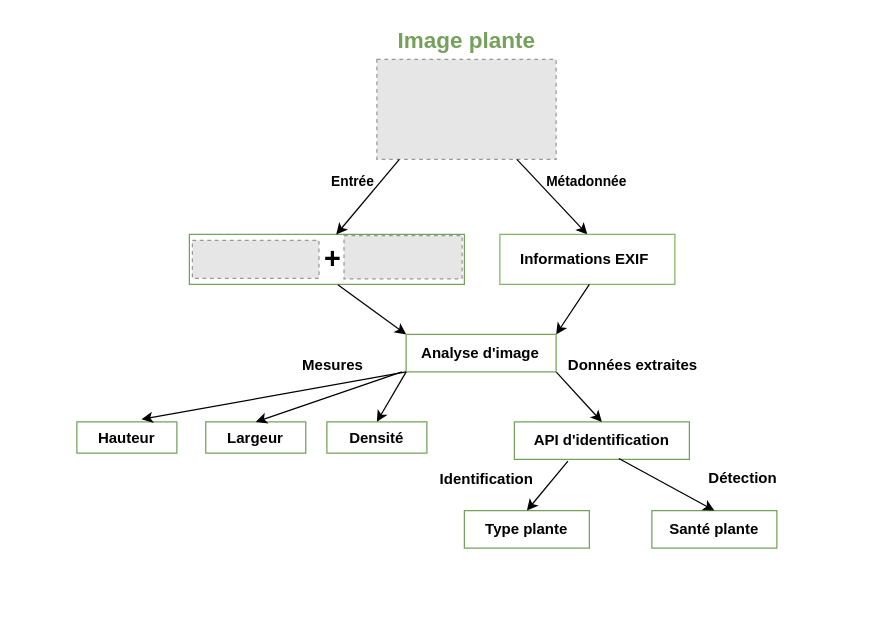
Earlier version of the draw.io diagram solRihem.drawio (eya-harbaoui/Diagramms). Source tidied: cells renumbered, new cells numbered last; positions are measured from the earlier drawing's top-left corner, leaving out a move shared by most shapes. Both pictures are drawn from the tidied source at 125%, with x=0, y=0 at pixel (76, 21). Pictures stored in the file or linked from it are replaced by grey dashed boxes.
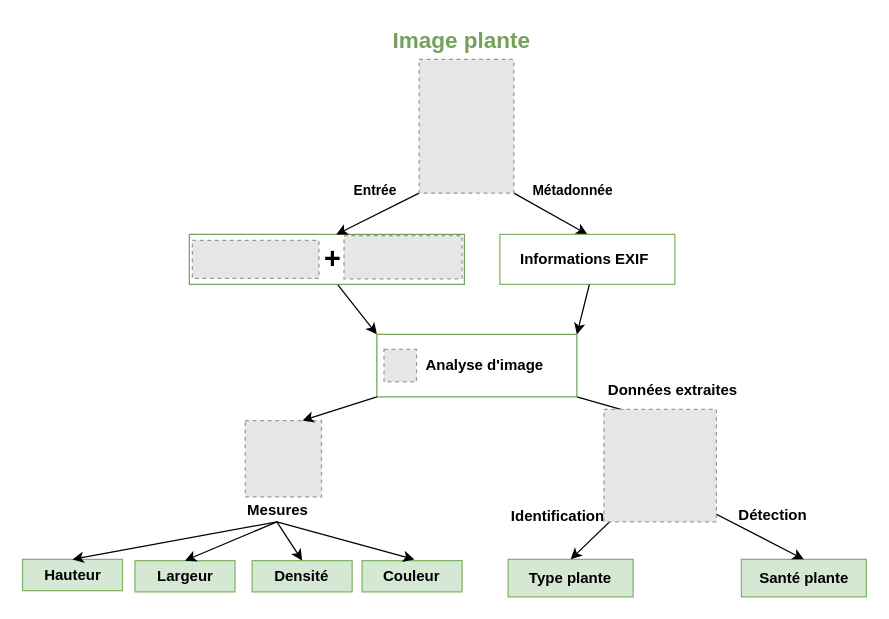
The same page after the edit.

Commit message:
Mettre à jour solRihem.drawio

The change refers to these unchanged cells:
```xml
<mxCell id="2" style="rounded=0;whiteSpace=wrap;html=1;strokeColor=#75A15C;" parent="1" vertex="1">
  <mxGeometry x="90" y="170" width="220" height="40" as="geometry" />
</mxCell>
<mxCell id="12" value="&lt;b&gt;Informations EXIF&amp;nbsp;&lt;/b&gt;" style="rounded=0;whiteSpace=wrap;html=1;fillColor=none;strokeColor=#82b366;" parent="1" vertex="1">
  <mxGeometry x="338.4" y="170" width="140" height="40" as="geometry" />
</mxCell>
```

Diff of the diagram source:
```diff
@@
-    <mxCell id="5" style="fillColor=#E6E6E6;strokeColor=#999999;dashed=1;verticalLabelPosition=bottom;labelBackgroundColor=default;verticalAlign=top;" parent="1" vertex="1">
-      <mxGeometry x="240" y="30" width="143.4" height="80" as="geometry" />
-    </mxCell>
     <mxCell id="6" value="&lt;b&gt;&lt;font color=&quot;#75a15c&quot; style=&quot;font-size: 18px;&quot;&gt;Image plante&lt;/font&gt;&lt;/b&gt;" style="text;html=1;align=center;verticalAlign=middle;whiteSpace=wrap;rounded=0;" parent="1" vertex="1">
-      <mxGeometry x="221.7" width="180" height="30" as="geometry" />
+      <mxGeometry x="217.7" width="180" height="30" as="geometry" />
     </mxCell>
-    <mxCell id="7" style="endArrow=classic;html=1;rounded=0;entryX=0.534;entryY=0.004;entryDx=0;entryDy=0;entryPerimeter=0;" parent="1" edge="1" target="2">
-      <mxGeometry relative="1" as="geometry">
-        <mxPoint x="258" y="110" as="sourcePoint" />
-      </mxGeometry>
+    <mxCell id="7" style="endArrow=classic;html=1;rounded=0;entryX=0.534;entryY=0.004;entryDx=0;entryDy=0;entryPerimeter=0;exitX=0;exitY=1;exitDx=0;exitDy=0;" parent="1" edge="1" source="41" target="2">
+      <mxGeometry relative="1" as="geometry" />
     </mxCell>
-    <mxCell id="8" style="endArrow=classic;html=1;rounded=0;entryX=0.5;entryY=0;entryDx=0;entryDy=0;" parent="1" edge="1" target="12">
-      <mxGeometry relative="1" as="geometry">
-        <mxPoint x="352" y="110" as="sourcePoint" />
-      </mxGeometry>
+    <mxCell id="8" style="endArrow=classic;html=1;rounded=0;entryX=0.5;entryY=0;entryDx=0;entryDy=0;exitX=1;exitY=1;exitDx=0;exitDy=0;" parent="1" edge="1" source="41" target="12">
+      <mxGeometry relative="1" as="geometry" />
     </mxCell>
@@
     <mxCell id="10" value="&lt;font style=&quot;font-size: 11px;&quot;&gt;&lt;b&gt;Entrée&lt;/b&gt;&lt;/font&gt;" style="text;html=1;align=center;verticalAlign=middle;whiteSpace=wrap;rounded=0;" parent="1" vertex="1">
-      <mxGeometry x="195.7" y="112.9" width="50" height="30" as="geometry" />
+      <mxGeometry x="213.7" y="120" width="50" height="30" as="geometry" />
     </mxCell>
     <mxCell id="11" value="&lt;font style=&quot;font-size: 11px;&quot;&gt;&lt;b&gt;Métadonnée&lt;/b&gt;&lt;/font&gt;" style="text;html=1;align=center;verticalAlign=middle;whiteSpace=wrap;rounded=0;" parent="1" vertex="1">
-      <mxGeometry x="383.4" y="112.9" width="50" height="30" as="geometry" />
+      <mxGeometry x="371.6" y="120" width="50" height="30" as="geometry" />
     </mxCell>
@@
-    <mxCell id="15" value="&lt;b&gt;API d'identification&lt;/b&gt;" style="rounded=0;whiteSpace=wrap;html=1;strokeColor=#75A15C;" parent="1" vertex="1">
-      <mxGeometry x="350" y="320" width="140" height="30" as="geometry" />
-    </mxCell>
-    <mxCell id="16" style="endArrow=classic;html=1;rounded=0;entryX=0.5;entryY=0;entryDx=0;entryDy=0;exitX=1;exitY=1;exitDx=0;exitDy=0;" parent="1" edge="1" source="17" target="15">
-      <mxGeometry relative="1" as="geometry" />
+    <mxCell id="16" style="endArrow=classic;html=1;rounded=0;exitX=1;exitY=1;exitDx=0;exitDy=0;" parent="1" edge="1" source="17">
+      <mxGeometry relative="1" as="geometry">
+        <mxPoint x="470" y="320" as="targetPoint" />
+      </mxGeometry>
     </mxCell>
-    <mxCell id="17" value="&lt;b&gt;Analyse d'image&lt;/b&gt;" style="rounded=0;whiteSpace=wrap;html=1;strokeColor=#75A15C;" parent="1" vertex="1">
-      <mxGeometry x="263.4" y="250" width="120" height="30" as="geometry" />
+    <mxCell id="17" value="&lt;b&gt;&amp;nbsp; &amp;nbsp; Analyse d'image&lt;/b&gt;" style="rounded=0;whiteSpace=wrap;html=1;strokeColor=#75A15C;" parent="1" vertex="1">
+      <mxGeometry x="240" y="250" width="160" height="50" as="geometry" />
     </mxCell>
-    <mxCell id="18" value="&lt;b&gt;Hauteur&lt;/b&gt;" style="rounded=0;whiteSpace=wrap;html=1;strokeColor=#75A15C;" parent="1" vertex="1">
-      <mxGeometry y="320" width="80" height="25" as="geometry" />
+    <mxCell id="18" value="&lt;b&gt;Hauteur&lt;/b&gt;" style="rounded=0;whiteSpace=wrap;html=1;strokeColor=#82b366;fillColor=#d5e8d4;" parent="1" vertex="1">
+      <mxGeometry x="-43.5" y="430" width="80" height="25" as="geometry" />
     </mxCell>
-    <mxCell id="19" value="&lt;b&gt;Largeur&lt;/b&gt;" style="rounded=0;whiteSpace=wrap;html=1;strokeColor=#75A15C;" parent="1" vertex="1">
-      <mxGeometry x="103.1" y="320" width="80" height="25" as="geometry" />
+    <mxCell id="19" value="&lt;b&gt;Largeur&lt;/b&gt;" style="rounded=0;whiteSpace=wrap;html=1;strokeColor=#82b366;fillColor=#d5e8d4;" parent="1" vertex="1">
+      <mxGeometry x="46.5" y="431" width="80" height="25" as="geometry" />
     </mxCell>
-    <mxCell id="20" value="&lt;b&gt;Densité&lt;/b&gt;" style="rounded=0;whiteSpace=wrap;html=1;strokeColor=#75A15C;" parent="1" vertex="1">
-      <mxGeometry x="200" y="320" width="80" height="25" as="geometry" />
+    <mxCell id="20" value="&lt;b&gt;Densité&lt;/b&gt;" style="rounded=0;whiteSpace=wrap;html=1;strokeColor=#82b366;fillColor=#d5e8d4;" parent="1" vertex="1">
+      <mxGeometry x="140.2" y="431" width="80" height="25" as="geometry" />
     </mxCell>
-    <mxCell id="21" style="endArrow=classic;html=1;rounded=0;entryX=0.647;entryY=-0.08;entryDx=0;entryDy=0;exitX=1;exitY=1;exitDx=0;exitDy=0;entryPerimeter=0;" parent="1" edge="1" target="18">
-      <mxGeometry relative="1" as="geometry">
-        <mxPoint x="263.4" y="280" as="sourcePoint" />
-      </mxGeometry>
-    </mxCell>
-    <mxCell id="22" style="endArrow=classic;html=1;rounded=0;entryX=0.5;entryY=0;entryDx=0;entryDy=0;" parent="1" edge="1" target="19">
-      <mxGeometry relative="1" as="geometry">
-        <mxPoint x="260" y="280" as="sourcePoint" />
-      </mxGeometry>
-    </mxCell>
-    <mxCell id="23" style="endArrow=classic;html=1;rounded=0;entryX=0.5;entryY=0;entryDx=0;entryDy=0;exitX=0;exitY=1;exitDx=0;exitDy=0;" parent="1" edge="1" source="17" target="20">
-      <mxGeometry relative="1" as="geometry" />
-    </mxCell>
     <mxCell id="24" value="&lt;b&gt;Mesures&lt;/b&gt;" style="text;html=1;align=center;verticalAlign=middle;whiteSpace=wrap;rounded=0;" parent="1" vertex="1">
-      <mxGeometry x="174.9" y="260" width="60" height="30" as="geometry" />
+      <mxGeometry x="131" y="376" width="60" height="30" as="geometry" />
     </mxCell>
     <mxCell id="25" value="&lt;b&gt;Données extraites&lt;/b&gt;" style="text;html=1;align=center;verticalAlign=middle;whiteSpace=wrap;rounded=0;" parent="1" vertex="1">
-      <mxGeometry x="390" y="260" width="110" height="30" as="geometry" />
+      <mxGeometry x="421.6" y="280" width="110" height="30" as="geometry" />
     </mxCell>
-    <mxCell id="26" value="&lt;b&gt;Type plante&lt;/b&gt;" style="rounded=0;whiteSpace=wrap;html=1;strokeColor=#75A15C;" parent="1" vertex="1">
-      <mxGeometry x="310" y="391" width="100" height="30" as="geometry" />
+    <mxCell id="26" value="&lt;b&gt;Type plante&lt;/b&gt;" style="rounded=0;whiteSpace=wrap;html=1;strokeColor=#82b366;fillColor=#d5e8d4;" parent="1" vertex="1">
+      <mxGeometry x="345" y="430" width="100" height="30" as="geometry" />
     </mxCell>
-    <mxCell id="27" value="&lt;b&gt;Santé plante&lt;/b&gt;" style="rounded=0;whiteSpace=wrap;html=1;strokeColor=#75A15C;" parent="1" vertex="1">
-      <mxGeometry x="460" y="391" width="100" height="30" as="geometry" />
+    <mxCell id="27" value="&lt;b&gt;Santé plante&lt;/b&gt;" style="rounded=0;whiteSpace=wrap;html=1;strokeColor=#82b366;fillColor=#d5e8d4;" parent="1" vertex="1">
+      <mxGeometry x="531.6" y="430" width="100" height="30" as="geometry" />
     </mxCell>
-    <mxCell id="28" style="endArrow=classic;html=1;rounded=0;entryX=0.5;entryY=0;entryDx=0;entryDy=0;exitX=0.306;exitY=1.048;exitDx=0;exitDy=0;exitPerimeter=0;" parent="1" edge="1" source="15" target="26">
-      <mxGeometry relative="1" as="geometry" />
+    <mxCell id="28" style="endArrow=classic;html=1;rounded=0;entryX=0.5;entryY=0;entryDx=0;entryDy=0;exitX=0.306;exitY=1.048;exitDx=0;exitDy=0;exitPerimeter=0;" parent="1" edge="1" target="26">
+      <mxGeometry relative="1" as="geometry">
+        <mxPoint x="444.4" y="382.4" as="sourcePoint" />
+      </mxGeometry>
     </mxCell>
-    <mxCell id="29" style="endArrow=classic;html=1;rounded=0;entryX=0.5;entryY=0;entryDx=0;entryDy=0;exitX=0.597;exitY=0.976;exitDx=0;exitDy=0;exitPerimeter=0;" parent="1" edge="1" source="15" target="27">
-      <mxGeometry relative="1" as="geometry" />
+    <mxCell id="29" style="endArrow=classic;html=1;rounded=0;entryX=0.5;entryY=0;entryDx=0;entryDy=0;exitX=0.597;exitY=0.976;exitDx=0;exitDy=0;exitPerimeter=0;" parent="1" edge="1" target="27">
+      <mxGeometry relative="1" as="geometry">
+        <mxPoint x="485.2" y="380.3" as="sourcePoint" />
+      </mxGeometry>
     </mxCell>
     <mxCell id="30" value="&lt;b&gt;Détection&lt;/b&gt;" style="text;html=1;align=center;verticalAlign=middle;whiteSpace=wrap;rounded=0;" parent="1" vertex="1">
-      <mxGeometry x="478.4" y="350" width="110" height="30" as="geometry" />
+      <mxGeometry x="501.6" y="380" width="110" height="30" as="geometry" />
     </mxCell>
     <mxCell id="31" value="&lt;b&gt;Identification&lt;/b&gt;" style="text;html=1;align=center;verticalAlign=middle;whiteSpace=wrap;rounded=0;" parent="1" vertex="1">
-      <mxGeometry x="273.4" y="351" width="110" height="30" as="geometry" />
+      <mxGeometry x="330" y="381" width="110" height="30" as="geometry" />
     </mxCell>
+    <mxCell id="32" style="fillColor=#E6E6E6;strokeColor=#999999;dashed=1;verticalLabelPosition=bottom;labelBackgroundColor=default;verticalAlign=top;" parent="1" vertex="1">
+      <mxGeometry x="245.7" y="262" width="26" height="26" as="geometry" />
+    </mxCell>
+    <mxCell id="33" value="&lt;b&gt;Couleur&lt;/b&gt;" style="rounded=0;whiteSpace=wrap;html=1;strokeColor=#82b366;fillColor=#d5e8d4;" parent="1" vertex="1">
+      <mxGeometry x="228.2" y="431" width="80" height="25" as="geometry" />
+    </mxCell>
+    <mxCell id="34" style="fillColor=#E6E6E6;strokeColor=#999999;dashed=1;verticalLabelPosition=bottom;labelBackgroundColor=default;verticalAlign=top;" parent="1" vertex="1">
+      <mxGeometry x="134.7" y="319" width="61" height="61" as="geometry" />
+    </mxCell>
+    <mxCell id="35" style="endArrow=classic;html=1;rounded=0;entryX=0.75;entryY=0;entryDx=0;entryDy=0;exitX=0;exitY=1;exitDx=0;exitDy=0;" parent="1" edge="1" source="17" target="34">
+      <mxGeometry relative="1" as="geometry" />
+    </mxCell>
+    <mxCell id="36" style="fillColor=#E6E6E6;strokeColor=#999999;dashed=1;verticalLabelPosition=bottom;labelBackgroundColor=default;verticalAlign=top;" parent="1" vertex="1">
+      <mxGeometry x="421.6" y="310" width="90" height="90" as="geometry" />
+    </mxCell>
+    <mxCell id="37" style="endArrow=classic;html=1;rounded=0;entryX=0.5;entryY=0;entryDx=0;entryDy=0;" parent="1" edge="1" target="18">
+      <mxGeometry relative="1" as="geometry">
+        <mxPoint x="160" y="400" as="sourcePoint" />
+      </mxGeometry>
+    </mxCell>
+    <mxCell id="38" style="endArrow=classic;html=1;rounded=0;entryX=0.5;entryY=0;entryDx=0;entryDy=0;" parent="1" edge="1" target="19">
+      <mxGeometry relative="1" as="geometry">
+        <mxPoint x="160" y="400" as="sourcePoint" />
+      </mxGeometry>
+    </mxCell>
+    <mxCell id="39" style="endArrow=classic;html=1;rounded=0;entryX=0.5;entryY=0;entryDx=0;entryDy=0;" parent="1" edge="1" target="20">
+      <mxGeometry relative="1" as="geometry">
+        <mxPoint x="160" y="400" as="sourcePoint" />
+      </mxGeometry>
+    </mxCell>
+    <mxCell id="40" style="endArrow=classic;html=1;rounded=0;" parent="1" edge="1">
+      <mxGeometry relative="1" as="geometry">
+        <mxPoint x="160" y="400" as="sourcePoint" />
+        <mxPoint x="270" y="430" as="targetPoint" />
+      </mxGeometry>
+    </mxCell>
+    <mxCell id="41" style="fillColor=#E6E6E6;strokeColor=#999999;dashed=1;verticalLabelPosition=bottom;labelBackgroundColor=default;verticalAlign=top;" parent="1" vertex="1">
+      <mxGeometry x="273.8" y="30" width="75.8" height="107" as="geometry" />
+    </mxCell>
```
